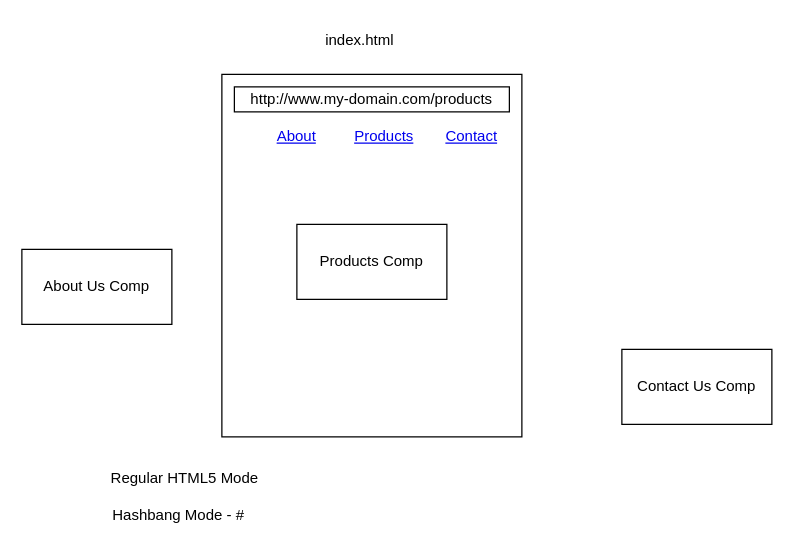
The draw.io diagram page "Page-9" (9 of 9) of refs/ng-diagrams.drawio in synergy2411/dec-24-ng, before the edit. Source tidied: cells renumbered, new cells numbered last; positions are measured from the earlier drawing's top-left corner, leaving out a move shared by most shapes. Both pictures are drawn from the tidied source at 125%, with x=0, y=0 at pixel (21, 21).
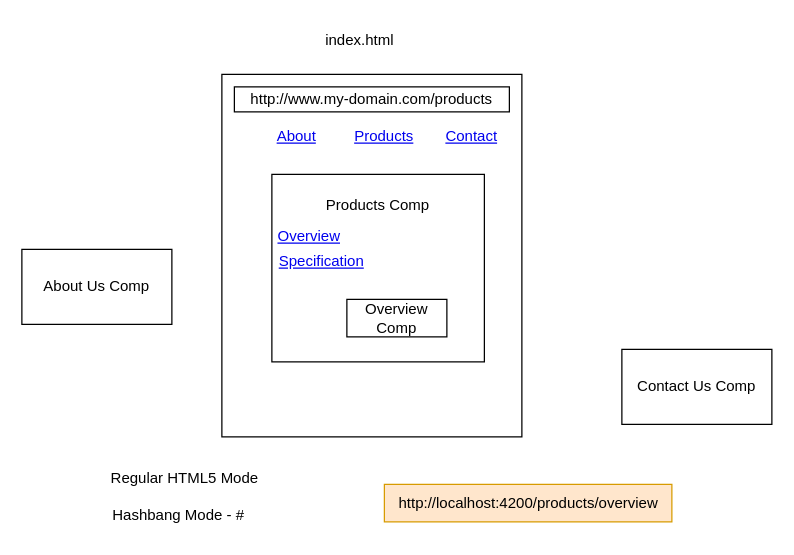
The same page after the edit.

Diff of the diagram source:
```diff
@@
 <mxGraphModel>
   <root>
     <mxCell id="0" />
     <mxCell id="1" parent="0" />
     <mxCell id="2" style="rounded=0;whiteSpace=wrap;html=1;" parent="1" vertex="1">
       <mxGeometry x="160" y="42" width="240" height="290" as="geometry" />
     </mxCell>
     <mxCell id="3" value="http://www.my-domain.com/products" style="rounded=0;whiteSpace=wrap;html=1;" parent="1" vertex="1">
       <mxGeometry x="170" y="52" width="220" height="20" as="geometry" />
     </mxCell>
     <mxCell id="4" value="index.html" style="text;html=1;align=center;verticalAlign=middle;strokeColor=none;fillColor=none;" parent="1" vertex="1">
       <mxGeometry x="230" width="80" height="30" as="geometry" />
     </mxCell>
     <mxCell id="5" value="About Us Comp" style="rounded=0;whiteSpace=wrap;html=1;" parent="1" vertex="1">
       <mxGeometry y="182" width="120" height="60" as="geometry" />
     </mxCell>
-    <mxCell id="6" value="Products Comp" style="rounded=0;whiteSpace=wrap;html=1;" parent="1" vertex="1">
-      <mxGeometry x="220" y="162" width="120" height="60" as="geometry" />
+    <mxCell id="6" value="Products Comp&lt;div&gt;&lt;br&gt;&lt;/div&gt;&lt;div&gt;&lt;br&gt;&lt;/div&gt;&lt;div&gt;&lt;br&gt;&lt;/div&gt;&lt;div&gt;&lt;br&gt;&lt;/div&gt;&lt;div&gt;&lt;br&gt;&lt;/div&gt;&lt;div&gt;&lt;br&gt;&lt;/div&gt;&lt;div&gt;&lt;br&gt;&lt;/div&gt;" style="rounded=0;whiteSpace=wrap;html=1;" parent="1" vertex="1">
+      <mxGeometry x="200" y="122" width="170" height="150" as="geometry" />
     </mxCell>
     <mxCell id="7" value="Contact Us Comp" style="rounded=0;whiteSpace=wrap;html=1;" parent="1" vertex="1">
       <mxGeometry x="480" y="262" width="120" height="60" as="geometry" />
     </mxCell>
     <mxCell id="8" value="About" style="text;html=1;strokeColor=none;fillColor=none;whiteSpace=wrap;align=center;verticalAlign=middle;fontColor=#0000EE;fontStyle=4;" parent="1" vertex="1">
       <mxGeometry x="190" y="72" width="60" height="40" as="geometry" />
     </mxCell>
     <mxCell id="9" value="Products" style="text;html=1;strokeColor=none;fillColor=none;whiteSpace=wrap;align=center;verticalAlign=middle;fontColor=#0000EE;fontStyle=4;" parent="1" vertex="1">
       <mxGeometry x="260" y="72" width="60" height="40" as="geometry" />
     </mxCell>
     <mxCell id="10" value="Contact" style="text;html=1;strokeColor=none;fillColor=none;whiteSpace=wrap;align=center;verticalAlign=middle;fontColor=#0000EE;fontStyle=4;" parent="1" vertex="1">
       <mxGeometry x="330" y="72" width="60" height="40" as="geometry" />
     </mxCell>
     <mxCell id="11" value="Regular HTML5 Mode" style="text;html=1;align=center;verticalAlign=middle;strokeColor=none;fillColor=none;" parent="1" vertex="1">
       <mxGeometry x="60" y="350" width="140" height="30" as="geometry" />
     </mxCell>
     <mxCell id="12" value="Hashbang Mode - #" style="text;html=1;align=center;verticalAlign=middle;strokeColor=none;fillColor=none;" parent="1" vertex="1">
       <mxGeometry x="60" y="380" width="130" height="30" as="geometry" />
     </mxCell>
+    <mxCell id="13" value="Overview" style="text;html=1;strokeColor=none;fillColor=none;whiteSpace=wrap;align=center;verticalAlign=middle;fontColor=#0000EE;fontStyle=4;" parent="1" vertex="1">
+      <mxGeometry x="200" y="152" width="60" height="40" as="geometry" />
+    </mxCell>
+    <mxCell id="14" value="Specification" style="text;html=1;strokeColor=none;fillColor=none;whiteSpace=wrap;align=center;verticalAlign=middle;fontColor=#0000EE;fontStyle=4;" parent="1" vertex="1">
+      <mxGeometry x="210" y="172" width="60" height="40" as="geometry" />
+    </mxCell>
+    <mxCell id="15" value="http://localhost:4200/products/overview" style="text;html=1;align=center;verticalAlign=middle;strokeColor=#d79b00;fillColor=#ffe6cc;" parent="1" vertex="1">
+      <mxGeometry x="290" y="370" width="230" height="30" as="geometry" />
+    </mxCell>
+    <mxCell id="16" value="Overview Comp" style="rounded=0;whiteSpace=wrap;html=1;" parent="1" vertex="1">
+      <mxGeometry x="260" y="222" width="80" height="30" as="geometry" />
+    </mxCell>
   </root>
 </mxGraphModel>
```
